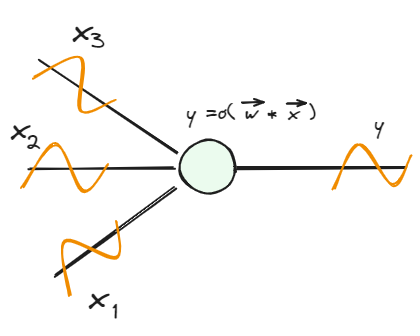
The Excalidraw diagram diplom/assets/ml/nn/perceptron.excalidraw.png in NMashalov/EducationGenerativeModelApplication, before a commit. Source tidied: one line per element, renumbered; positions are measured from the earlier drawing's top-left corner, leaving out a move shared by most shapes. Source of this version:
```json
{"id": 0, "type": "ellipse", "strokeColor": "#1e1e1e", "angle": 1.57, "backgroundColor": "#ebfbee", "fillStyle": "solid", "strokeWidth": 2, "roughness": 1, "round": true, "x": 171, "y": 129, "width": 53, "height": 56}
{"id": 1, "type": "line", "strokeColor": "#1e1e1e", "strokeWidth": 2, "roughness": 1, "round": true, "x": 29, "y": 51, "width": 138, "height": 93, "points": [[0, 0], [138, 93]]}
{"id": 2, "type": "line", "strokeColor": "#1e1e1e", "strokeWidth": 2, "roughness": 1, "round": true, "x": 19, "y": 159, "width": 145, "height": 2, "points": [[0, 0], [145, -2]]}
{"id": 3, "type": "line", "strokeColor": "#1e1e1e", "strokeWidth": 2, "roughness": 1, "round": true, "x": 44, "y": 265, "width": 121, "height": 88, "points": [[0, 0], [121, -88]]}
{"id": 4, "type": "line", "strokeColor": "#f08c00", "strokeWidth": 2, "roughness": 1, "round": true, "x": 60, "y": 286, "width": 51, "height": 75, "points": [[0, 0], [-6, -54], [46, -38], [46, -75]]}
{"id": 5, "type": "line", "strokeColor": "#f08c00", "angle": 0.75, "strokeWidth": 2, "roughness": 1, "round": true, "x": 32, "y": 202, "width": 51, "height": 75, "points": [[0, 0], [-6, -54], [46, -38], [46, -75]]}
{"id": 6, "type": "line", "strokeColor": "#f08c00", "angle": 1.28, "strokeWidth": 2, "roughness": 1, "round": true, "x": 43, "y": 112, "width": 51, "height": 71, "points": [[0, 0], [-6, -51], [46, -36], [46, -71]]}
{"id": 7, "type": "text", "text": "x", "strokeColor": "#1e1e1e", "strokeWidth": 2, "roughness": 1, "fontSize": 34.23, "fontFamily": 1, "x": 78, "y": 267, "width": 19, "height": 43}
{"id": 8, "type": "text", "text": "x", "strokeColor": "#1e1e1e", "strokeWidth": 2, "roughness": 1, "fontSize": 32.56, "fontFamily": 1, "x": 0, "y": 100, "width": 18, "height": 41}
{"id": 9, "type": "text", "text": "x", "strokeColor": "#1e1e1e", "strokeWidth": 2, "roughness": 1, "fontSize": 34.23, "fontFamily": 1, "x": 62, "y": 0, "width": 19, "height": 43}
{"id": 10, "type": "text", "text": "1", "strokeColor": "#1e1e1e", "strokeWidth": 2, "roughness": 1, "fontSize": 21.43, "fontFamily": 1, "x": 102, "y": 290, "width": 6, "height": 27}
{"id": 11, "type": "text", "text": "2", "strokeColor": "#1e1e1e", "strokeWidth": 2, "roughness": 1, "fontSize": 21.43, "fontFamily": 1, "x": 15, "y": 121, "width": 15, "height": 27}
{"id": 12, "type": "text", "text": "3", "strokeColor": "#1e1e1e", "strokeWidth": 2, "roughness": 1, "fontSize": 21.43, "fontFamily": 1, "x": 81, "y": 19, "width": 15, "height": 27}
{"id": 13, "type": "line", "strokeColor": "#1e1e1e", "strokeWidth": 2, "roughness": 1, "round": true, "x": 227, "y": 158, "width": 169, "height": 0, "points": [[0, 0], [169, 0]]}
{"id": 14, "type": "line", "strokeColor": "#f08c00", "angle": 0.59, "strokeWidth": 2, "roughness": 1, "round": true, "x": 340, "y": 197, "width": 51, "height": 70, "points": [[0, -1], [-6, -51], [46, -37], [46, -71]]}
{"id": 15, "type": "text", "text": "y", "strokeColor": "#1e1e1e", "strokeWidth": 2, "roughness": 1, "fontSize": 20, "fontFamily": 1, "x": 364, "y": 102, "width": 9, "height": 25}
{"id": 16, "type": "text", "text": "y =σ( w * x ) ", "strokeColor": "#1e1e1e", "strokeWidth": 2, "roughness": 1, "fontSize": 20, "fontFamily": 1, "x": 176, "y": 91, "width": 139, "height": 25}
{"id": 17, "type": "arrow", "strokeColor": "#1e1e1e", "strokeWidth": 2, "roughness": 1, "endArrowhead": "arrow", "round": true, "x": 233, "y": 93, "width": 20, "height": 1, "points": [[0, 0], [20, -1]]}
{"id": 18, "type": "arrow", "strokeColor": "#1e1e1e", "strokeWidth": 2, "roughness": 1, "endArrowhead": "arrow", "round": true, "x": 277, "y": 94, "width": 18, "height": 0, "points": [[0, 0], [18, 0]]}
```
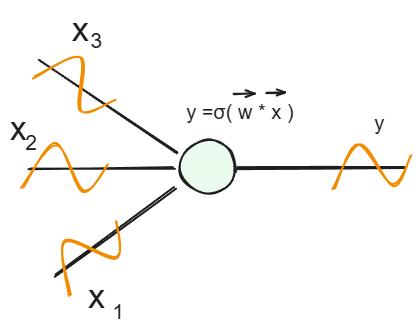
The same diagram one commit later.

Diff of the diagram source:
```diff
@@ -5,15 +5,15 @@
 {"id": 4, "type": "line", "strokeColor": "#f08c00", "strokeWidth": 2, "roughness": 1, "round": true, "x": 60, "y": 286, "width": 51, "height": 75, "points": [[0, 0], [-6, -54], [46, -38], [46, -75]]}
 {"id": 5, "type": "line", "strokeColor": "#f08c00", "angle": 0.75, "strokeWidth": 2, "roughness": 1, "round": true, "x": 32, "y": 202, "width": 51, "height": 75, "points": [[0, 0], [-6, -54], [46, -38], [46, -75]]}
 {"id": 6, "type": "line", "strokeColor": "#f08c00", "angle": 1.28, "strokeWidth": 2, "roughness": 1, "round": true, "x": 43, "y": 112, "width": 51, "height": 71, "points": [[0, 0], [-6, -51], [46, -36], [46, -71]]}
-{"id": 7, "type": "text", "text": "x", "strokeColor": "#1e1e1e", "strokeWidth": 2, "roughness": 1, "fontSize": 34.23, "fontFamily": 1, "x": 78, "y": 267, "width": 19, "height": 43}
+{"id": 7, "type": "text", "text": "x", "strokeColor": "#1e1e1e", "strokeWidth": 2, "roughness": 1, "fontSize": 34.23, "fontFamily": 2, "x": 78, "y": 267, "width": 17, "height": 39}
-{"id": 8, "type": "text", "text": "x", "strokeColor": "#1e1e1e", "strokeWidth": 2, "roughness": 1, "fontSize": 32.56, "fontFamily": 1, "x": 0, "y": 100, "width": 18, "height": 41}
+{"id": 8, "type": "text", "text": "x", "strokeColor": "#1e1e1e", "strokeWidth": 2, "roughness": 1, "fontSize": 32.56, "fontFamily": 2, "x": 0, "y": 100, "width": 16, "height": 37}
-{"id": 9, "type": "text", "text": "x", "strokeColor": "#1e1e1e", "strokeWidth": 2, "roughness": 1, "fontSize": 34.23, "fontFamily": 1, "x": 62, "y": 0, "width": 19, "height": 43}
+{"id": 9, "type": "text", "text": "x", "strokeColor": "#1e1e1e", "strokeWidth": 2, "roughness": 1, "fontSize": 34.23, "fontFamily": 2, "x": 62, "y": 0, "width": 17, "height": 39}
-{"id": 10, "type": "text", "text": "1", "strokeColor": "#1e1e1e", "strokeWidth": 2, "roughness": 1, "fontSize": 21.43, "fontFamily": 1, "x": 102, "y": 290, "width": 6, "height": 27}
+{"id": 10, "type": "text", "text": "1", "strokeColor": "#1e1e1e", "strokeWidth": 2, "roughness": 1, "fontSize": 21.43, "fontFamily": 2, "x": 102, "y": 290, "width": 12, "height": 25}
-{"id": 11, "type": "text", "text": "2", "strokeColor": "#1e1e1e", "strokeWidth": 2, "roughness": 1, "fontSize": 21.43, "fontFamily": 1, "x": 15, "y": 121, "width": 15, "height": 27}
+{"id": 11, "type": "text", "text": "2", "strokeColor": "#1e1e1e", "strokeWidth": 2, "roughness": 1, "fontSize": 21.43, "fontFamily": 2, "x": 15, "y": 121, "width": 12, "height": 25}
-{"id": 12, "type": "text", "text": "3", "strokeColor": "#1e1e1e", "strokeWidth": 2, "roughness": 1, "fontSize": 21.43, "fontFamily": 1, "x": 81, "y": 19, "width": 15, "height": 27}
+{"id": 12, "type": "text", "text": "3", "strokeColor": "#1e1e1e", "strokeWidth": 2, "roughness": 1, "fontSize": 21.43, "fontFamily": 2, "x": 81, "y": 19, "width": 12, "height": 25}
 {"id": 13, "type": "line", "strokeColor": "#1e1e1e", "strokeWidth": 2, "roughness": 1, "round": true, "x": 227, "y": 158, "width": 169, "height": 0, "points": [[0, 0], [169, 0]]}
-{"id": 14, "type": "line", "strokeColor": "#f08c00", "angle": 0.59, "strokeWidth": 2, "roughness": 1, "round": true, "x": 340, "y": 197, "width": 51, "height": 70, "points": [[0, -1], [-6, -51], [46, -37], [46, -71]]}
+{"id": 14, "type": "line", "strokeColor": "#f08c00", "angle": 0.59, "strokeWidth": 2, "roughness": 1, "round": true, "x": 341, "y": 196, "width": 51, "height": 70, "points": [[0, 0], [-6, -51], [46, -36], [46, -70]]}
-{"id": 15, "type": "text", "text": "y", "strokeColor": "#1e1e1e", "strokeWidth": 2, "roughness": 1, "fontSize": 20, "fontFamily": 1, "x": 364, "y": 102, "width": 9, "height": 25}
+{"id": 15, "type": "text", "text": "y", "strokeColor": "#1e1e1e", "strokeWidth": 2, "roughness": 1, "fontSize": 20, "fontFamily": 2, "x": 364, "y": 102, "width": 10, "height": 23}
-{"id": 16, "type": "text", "text": "y =σ( w * x ) ", "strokeColor": "#1e1e1e", "strokeWidth": 2, "roughness": 1, "fontSize": 20, "fontFamily": 1, "x": 176, "y": 91, "width": 139, "height": 25}
+{"id": 16, "type": "text", "text": "y =σ( w * x ) ", "strokeColor": "#1e1e1e", "strokeWidth": 2, "roughness": 1, "fontSize": 20, "fontFamily": 2, "x": 176, "y": 91, "width": 113, "height": 23}
-{"id": 17, "type": "arrow", "strokeColor": "#1e1e1e", "strokeWidth": 2, "roughness": 1, "endArrowhead": "arrow", "round": true, "x": 233, "y": 93, "width": 20, "height": 1, "points": [[0, 0], [20, -1]]}
+{"id": 17, "type": "arrow", "strokeColor": "#1e1e1e", "strokeWidth": 2, "roughness": 1, "endArrowhead": "arrow", "round": true, "from": 16, "x": 224, "y": 84, "width": 20, "height": 1, "points": [[0, 0], [20, -1]]}
-{"id": 18, "type": "arrow", "strokeColor": "#1e1e1e", "strokeWidth": 2, "roughness": 1, "endArrowhead": "arrow", "round": true, "x": 277, "y": 94, "width": 18, "height": 0, "points": [[0, 0], [18, 0]]}
+{"id": 18, "type": "arrow", "strokeColor": "#1e1e1e", "strokeWidth": 2, "roughness": 1, "endArrowhead": "arrow", "round": true, "from": 16, "x": 257, "y": 83, "width": 18, "height": 0, "points": [[0, 0], [18, 0]]}
```
